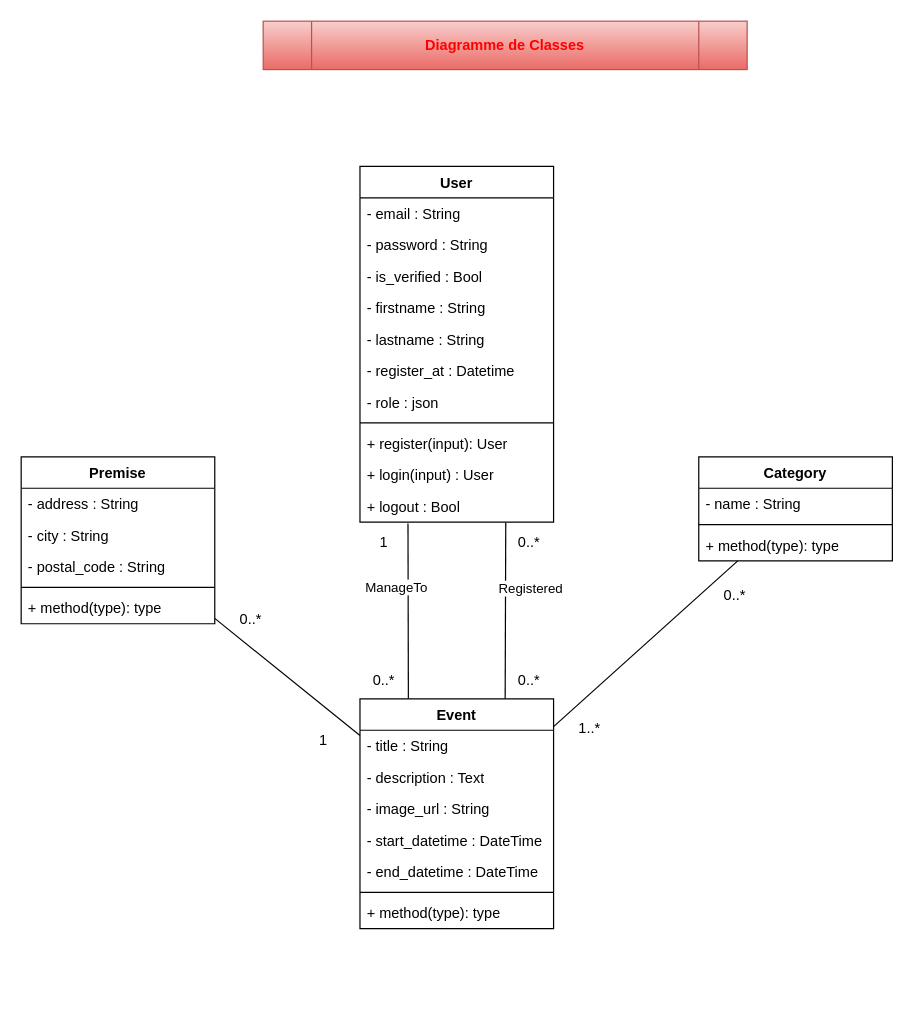
Before: UML/Classe_Projet_Fil_Rouge.drawio in Mzk-Ali/M2I_Projet_Fil_Rouge_Conception, a draw.io diagram. Source tidied: cells renumbered, new cells numbered last; positions are measured from the earlier drawing's top-left corner, leaving out a move shared by most shapes. Both pictures are drawn from the tidied source at 121%, with x=0, y=0 at pixel (21, 21).
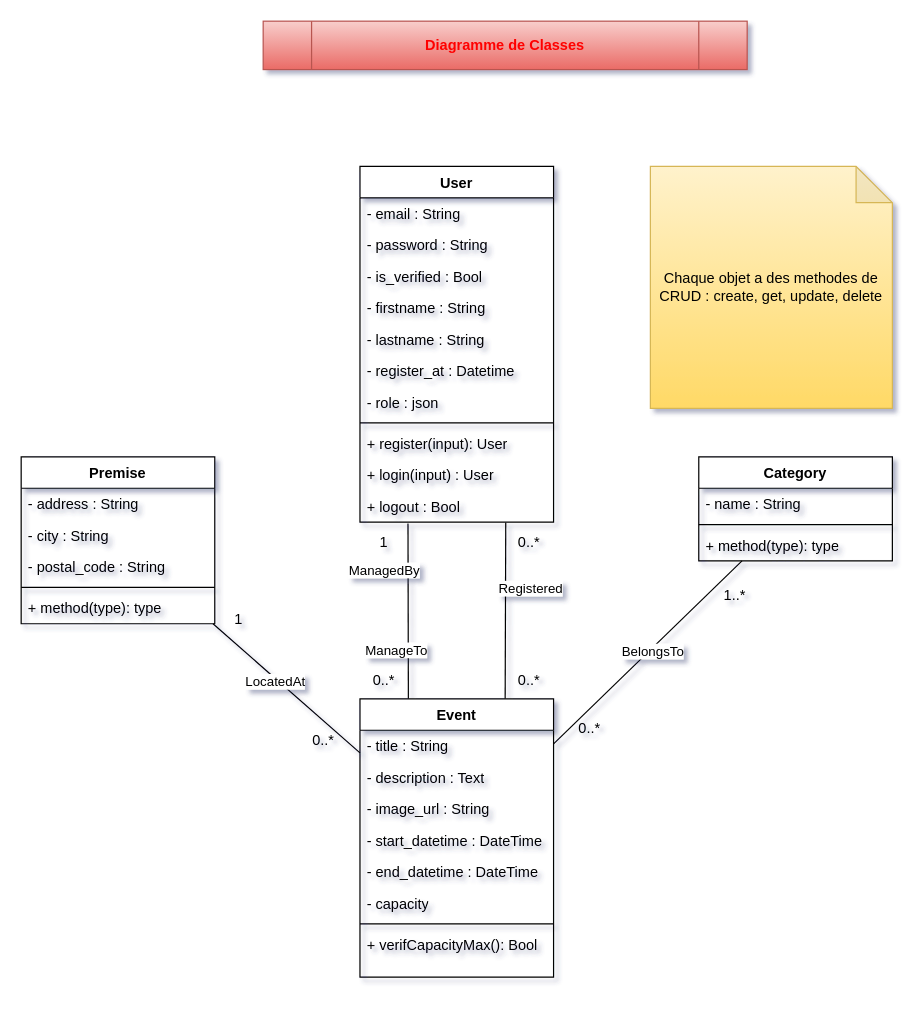
The same page after the edit.

Commit message (it also covers changes not shown here):
Mettre à jour Classe_Projet_Fil_Rouge.drawio

Unchanged cells that the change refers to:
```xml
<mxCell id="3" style="rounded=0;jettySize=auto;html=1;endArrow=none;endFill=0;exitX=0.248;exitY=1.042;exitDx=0;exitDy=0;exitPerimeter=0;entryX=0.25;entryY=0;entryDx=0;entryDy=0;" parent="1" edge="1" source="16" target="17">
  <mxGeometry relative="1" as="geometry" />
</mxCell>
<mxCell id="25" style="rounded=0;jettySize=auto;html=1;endArrow=none;endFill=0;" parent="1" edge="1" source="26" target="17">
  <mxGeometry relative="1" as="geometry" />
</mxCell>
<mxCell id="30" style="rounded=0;jettySize=auto;html=1;endArrow=none;endFill=0;" parent="1" edge="1" source="31" target="17">
  <mxGeometry relative="1" as="geometry" />
</mxCell>
```

Diff of the diagram source:
```diff
@@
-<mxGraphModel>
+<mxGraphModel shadow="1">
@@
     <mxCell id="4" value="ManageTo" style="edgeLabel;html=1;align=center;verticalAlign=middle;" parent="3" vertex="1">
       <mxGeometry x="-0.1" relative="1" as="geometry">
-        <mxPoint x="-10" y="-13" as="offset" />
+        <mxPoint x="-10" y="39" as="offset" />
       </mxGeometry>
     </mxCell>
+    <mxCell id="47" value="ManagedBy" style="edgeLabel;html=1;align=center;verticalAlign=middle;" parent="3" vertex="1">
+      <mxGeometry x="-0.47" y="-1" relative="1" as="geometry">
+        <mxPoint x="-19" as="offset" />
+      </mxGeometry>
+    </mxCell>
@@
     <mxCell id="17" value="Event" style="swimlane;fontStyle=1;align=center;verticalAlign=top;horizontal=1;startSize=26;whiteSpace=wrap;html=1;" parent="1" vertex="1">
-      <mxGeometry x="280" y="560" width="160" height="190" as="geometry" />
+      <mxGeometry x="280" y="560" width="160" height="230" as="geometry" />
     </mxCell>
@@
+    <mxCell id="48" value="- capacity" style="text;strokeColor=none;fillColor=none;align=left;verticalAlign=top;spacingLeft=4;spacingRight=4;overflow=hidden;whiteSpace=wrap;html=1;" parent="17" vertex="1">
+      <mxGeometry y="156" width="160" height="26" as="geometry" />
+    </mxCell>
     <mxCell id="23" style="line;strokeWidth=1;fillColor=none;align=left;verticalAlign=middle;spacingTop=-1;spacingLeft=3;spacingRight=3;labelPosition=right;strokeColor=inherit;" parent="17" vertex="1">
-      <mxGeometry y="156" width="160" height="8" as="geometry" />
+      <mxGeometry y="182" width="160" height="8" as="geometry" />
     </mxCell>
-    <mxCell id="24" value="+ method(type): type" style="text;strokeColor=none;fillColor=none;align=left;verticalAlign=top;spacingLeft=4;spacingRight=4;overflow=hidden;whiteSpace=wrap;html=1;" parent="17" vertex="1">
-      <mxGeometry y="164" width="160" height="26" as="geometry" />
+    <mxCell id="24" value="+ verifCapacityMax(): Bool" style="text;strokeColor=none;fillColor=none;align=left;verticalAlign=top;spacingLeft=4;spacingRight=4;overflow=hidden;whiteSpace=wrap;html=1;" parent="17" vertex="1">
+      <mxGeometry y="190" width="160" height="40" as="geometry" />
     </mxCell>
@@
+    <mxCell id="49" value="BelongsTo" style="edgeLabel;html=1;align=center;verticalAlign=middle;" parent="25" vertex="1">
+      <mxGeometry x="0.44" y="1" relative="1" as="geometry">
+        <mxPoint x="37" y="-35" as="offset" />
+      </mxGeometry>
+    </mxCell>
@@
+    <mxCell id="50" value="LocatedAt" style="edgeLabel;html=1;align=center;verticalAlign=middle;" parent="30" vertex="1">
+      <mxGeometry x="-0.14" y="-2" relative="1" as="geometry" />
+    </mxCell>
@@
-    <mxCell id="39" value="0..*" style="text;html=1;align=center;verticalAlign=middle;whiteSpace=wrap;rounded=0;" parent="1" vertex="1">
+    <mxCell id="39" value="1..*" style="text;html=1;align=center;verticalAlign=middle;whiteSpace=wrap;rounded=0;" parent="1" vertex="1">
       <mxGeometry x="560" y="460" width="60" height="30" as="geometry" />
     </mxCell>
-    <mxCell id="40" value="1..*" style="text;html=1;align=center;verticalAlign=middle;whiteSpace=wrap;rounded=0;" parent="1" vertex="1">
+    <mxCell id="40" value="0..*" style="text;html=1;align=center;verticalAlign=middle;whiteSpace=wrap;rounded=0;" parent="1" vertex="1">
       <mxGeometry x="440" y="570" width="60" height="30" as="geometry" />
     </mxCell>
@@
-    <mxCell id="45" value="1" style="text;html=1;align=center;verticalAlign=middle;whiteSpace=wrap;rounded=0;" parent="1" vertex="1">
+    <mxCell id="45" value="0..*" style="text;html=1;align=center;verticalAlign=middle;whiteSpace=wrap;rounded=0;" parent="1" vertex="1">
       <mxGeometry x="220" y="580" width="60" height="30" as="geometry" />
     </mxCell>
-    <mxCell id="46" value="0..*" style="text;html=1;align=center;verticalAlign=middle;whiteSpace=wrap;rounded=0;" parent="1" vertex="1">
-      <mxGeometry x="160" y="480" width="60" height="30" as="geometry" />
+    <mxCell id="46" value="1" style="text;html=1;align=center;verticalAlign=middle;whiteSpace=wrap;rounded=0;" parent="1" vertex="1">
+      <mxGeometry x="150" y="480" width="60" height="30" as="geometry" />
     </mxCell>
+    <mxCell id="51" value="Chaque objet a des methodes de CRUD : create, get, update, delete" style="shape=note;whiteSpace=wrap;html=1;backgroundOutline=1;darkOpacity=0.05;fillColor=#fff2cc;gradientColor=#ffd966;strokeColor=#d6b656;" parent="1" vertex="1">
+      <mxGeometry x="520" y="120" width="200" height="200" as="geometry" />
+    </mxCell>
```
